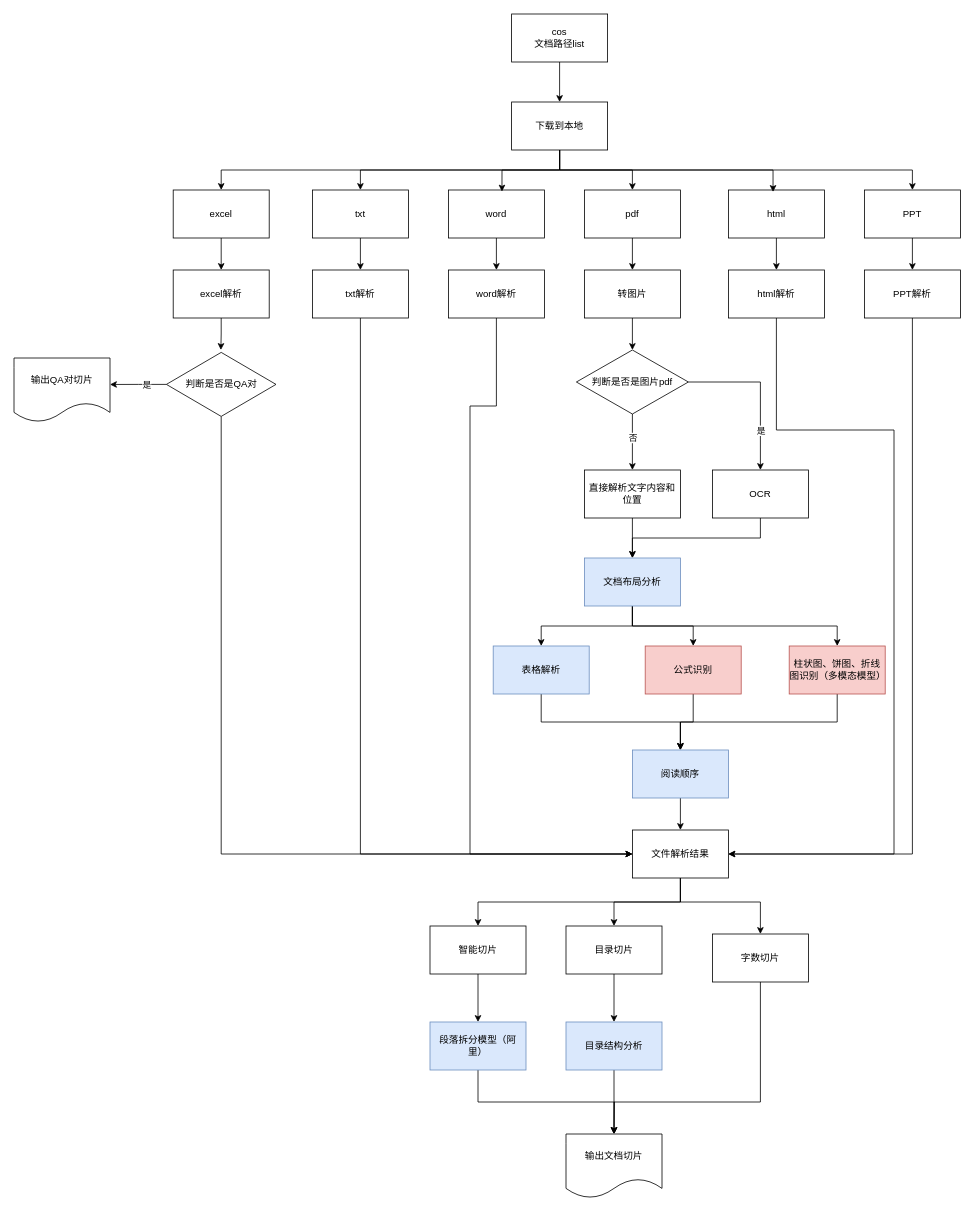
archwolf118/AI keeps this draw.io diagram as Untitled Diagram.drawio. Above is the earlier version. Source tidied: cells renumbered, new cells numbered last; positions are measured from the earlier drawing's top-left corner, leaving out a move shared by most shapes. Both pictures are drawn from the tidied source at 80%, with x=0, y=0 at pixel (14, 14).
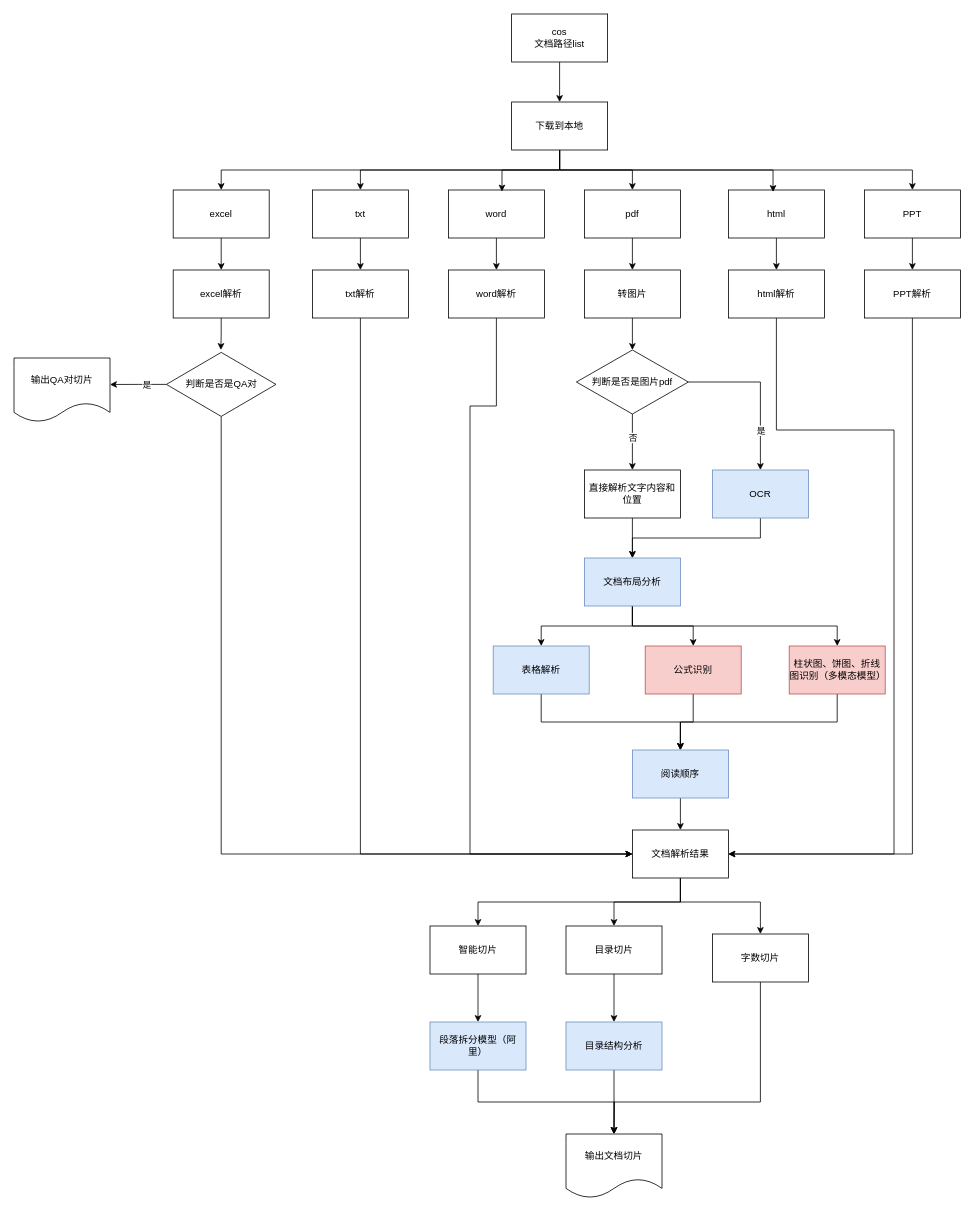
After the change.

Change to the diagram source:
```diff
@@
-    <mxCell id="31" value="OCR" style="rounded=0;whiteSpace=wrap;html=1;" parent="1" vertex="1">
+    <mxCell id="31" value="OCR" style="rounded=0;whiteSpace=wrap;html=1;fillColor=#dae8fc;strokeColor=#6c8ebf;" parent="1" vertex="1">
       <mxGeometry x="873" y="570" width="120" height="60" as="geometry" />
     </mxCell>
@@
-    <mxCell id="64" value="文件解析结果" style="rounded=0;whiteSpace=wrap;html=1;" parent="1" vertex="1">
+    <mxCell id="64" value="文档&lt;span style=&quot;background-color: initial;&quot;&gt;解析结果&lt;/span&gt;" style="rounded=0;whiteSpace=wrap;html=1;" parent="1" vertex="1">
       <mxGeometry x="773" y="1020" width="120" height="60" as="geometry" />
     </mxCell>
```
